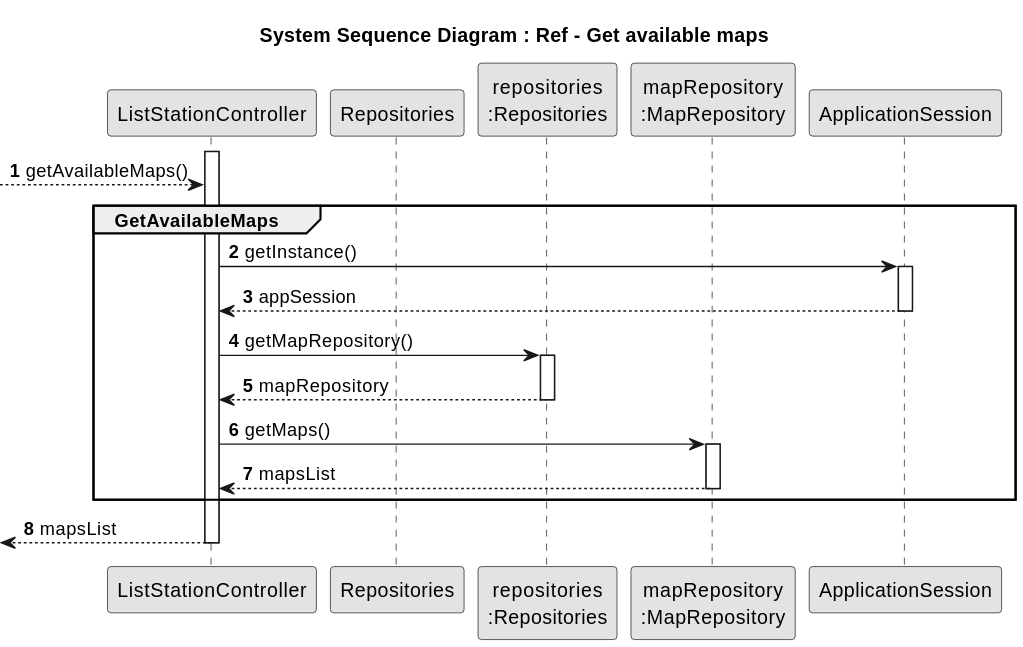
Before: docs/system-documentation/Sprint 2/US07/03.design/svg/US07-SD-get-available-maps.svg, a diagram exported from PlantUML (HenriqueSilva18/Railway-Network-Simulator). The source it was exported from:
```plantuml
@startuml
skinparam monochrome true
skinparam packageStyle rectangle
skinparam shadowing false
autonumber

title System Sequence Diagram : Ref - Get available maps

participant ListStationController as AddCityController
participant Repositories
participant "repositories\n:Repositories" as REPOS_SINGLETON
participant "mapRepository\n:MapRepository" as REPOS_MAP
participant "ApplicationSession" as APP_SESSION


activate AddCityController
--> AddCityController: getAvailableMaps()

group GetAvailableMaps
    AddCityController -> APP_SESSION: getInstance()
    activate APP_SESSION
        APP_SESSION --> AddCityController: appSession
    deactivate APP_SESSION

    AddCityController -> REPOS_SINGLETON: getMapRepository()
    activate REPOS_SINGLETON
        REPOS_SINGLETON --> AddCityController: mapRepository
    deactivate REPOS_SINGLETON

    AddCityController -> REPOS_MAP: getMaps()
    activate REPOS_MAP
        REPOS_MAP --> AddCityController: mapsList
    deactivate REPOS_MAP
end
<--AddCityController : mapsList
deactivate AddCityController
@enduml
```
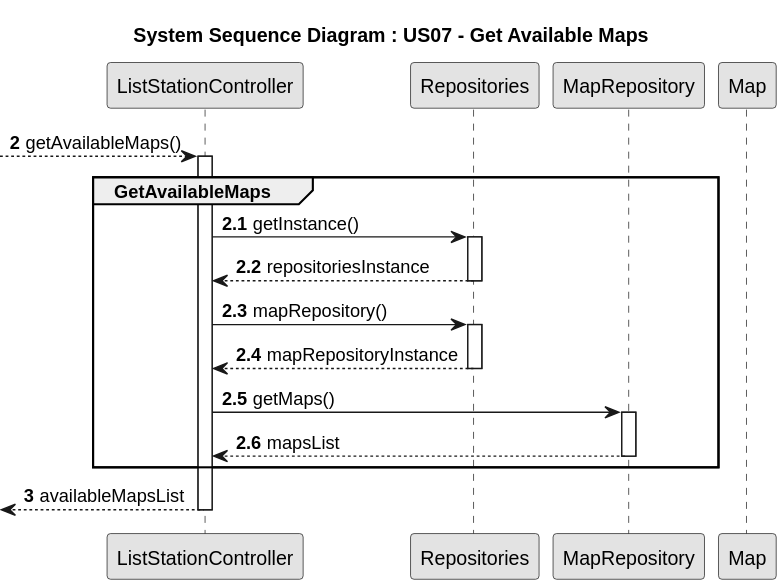
After the change.

Change to the diagram source:
```diff
@@ -4,34 +4,35 @@
 skinparam shadowing false
 autonumber
 
-title System Sequence Diagram : Ref - Get available maps
+title System Sequence Diagram : US07 - Get Available Maps
 
-participant ListStationController as AddCityController
+participant ListStationController
 participant Repositories
-participant "repositories\n:Repositories" as REPOS_SINGLETON
-participant "mapRepository\n:MapRepository" as REPOS_MAP
-participant "ApplicationSession" as APP_SESSION
+participant MapRepository
+participant Map
 
+autonumber 2
+--> ListStationController : getAvailableMaps()
+activate ListStationController
+autonumber 2.1
+group GetAvailableMaps
+  ListStationController -> Repositories : getInstance()
+  activate Repositories
+  Repositories --> ListStationController : repositoriesInstance
+  deactivate Repositories
 
-activate AddCityController
---> AddCityController: getAvailableMaps()
+  ListStationController -> Repositories : mapRepository()
+  activate Repositories
+  Repositories --> ListStationController : mapRepositoryInstance
+  deactivate Repositories
 
-group GetAvailableMaps
-    AddCityController -> APP_SESSION: getInstance()
-    activate APP_SESSION
-        APP_SESSION --> AddCityController: appSession
-    deactivate APP_SESSION
+  ListStationController -> MapRepository : getMaps()
+  activate MapRepository
+  MapRepository --> ListStationController : mapsList
+  deactivate MapRepository
+end
+autonumber 3
+<-- ListStationController : availableMapsList
 
-    AddCityController -> REPOS_SINGLETON: getMapRepository()
-    activate REPOS_SINGLETON
-        REPOS_SINGLETON --> AddCityController: mapRepository
-    deactivate REPOS_SINGLETON
-
-    AddCityController -> REPOS_MAP: getMaps()
-    activate REPOS_MAP
-        REPOS_MAP --> AddCityController: mapsList
-    deactivate REPOS_MAP
-end
-<--AddCityController : mapsList
-deactivate AddCityController
+deactivate ListStationController
 @enduml
```
